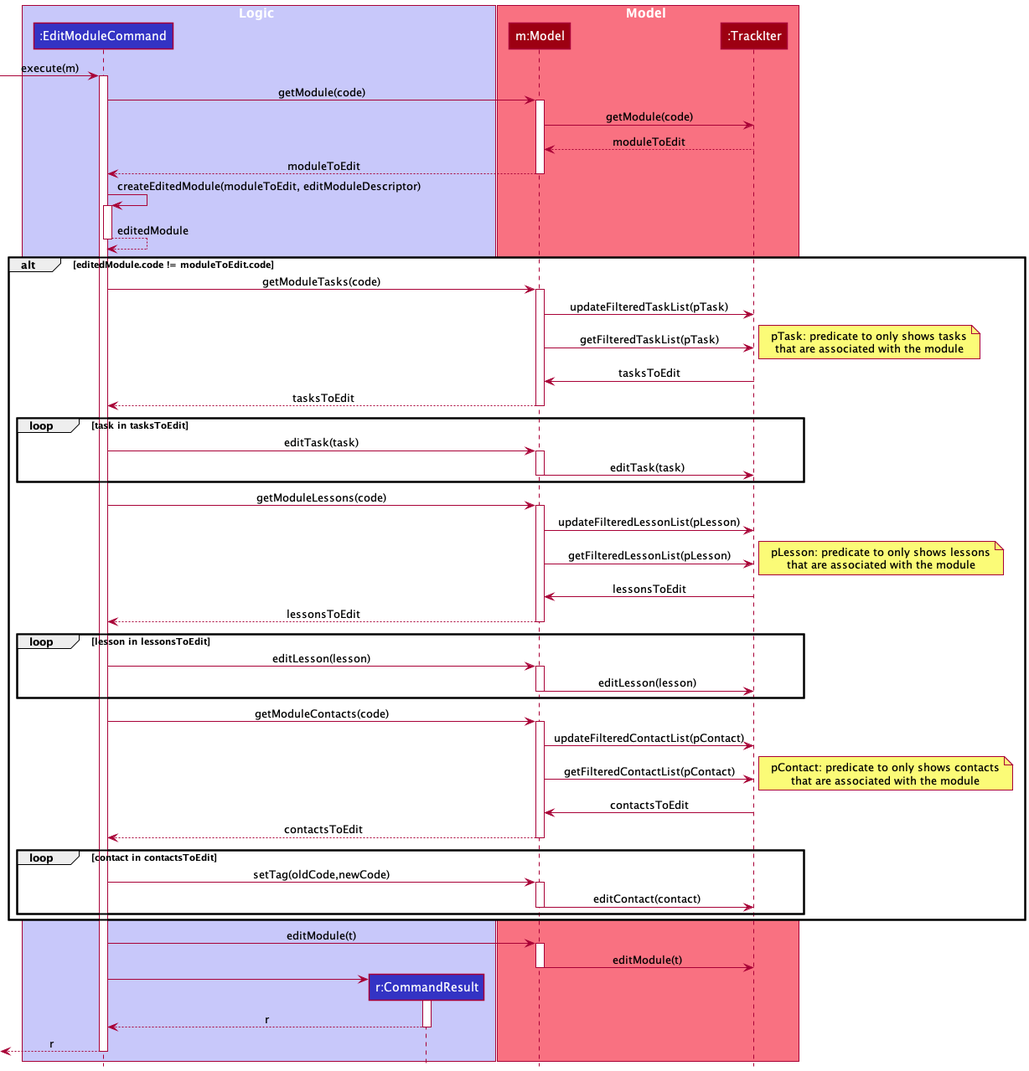
Earlier version of the PlantUML export docs/images/EditModuleSequenceDiagram.png (simonteozw/tp).
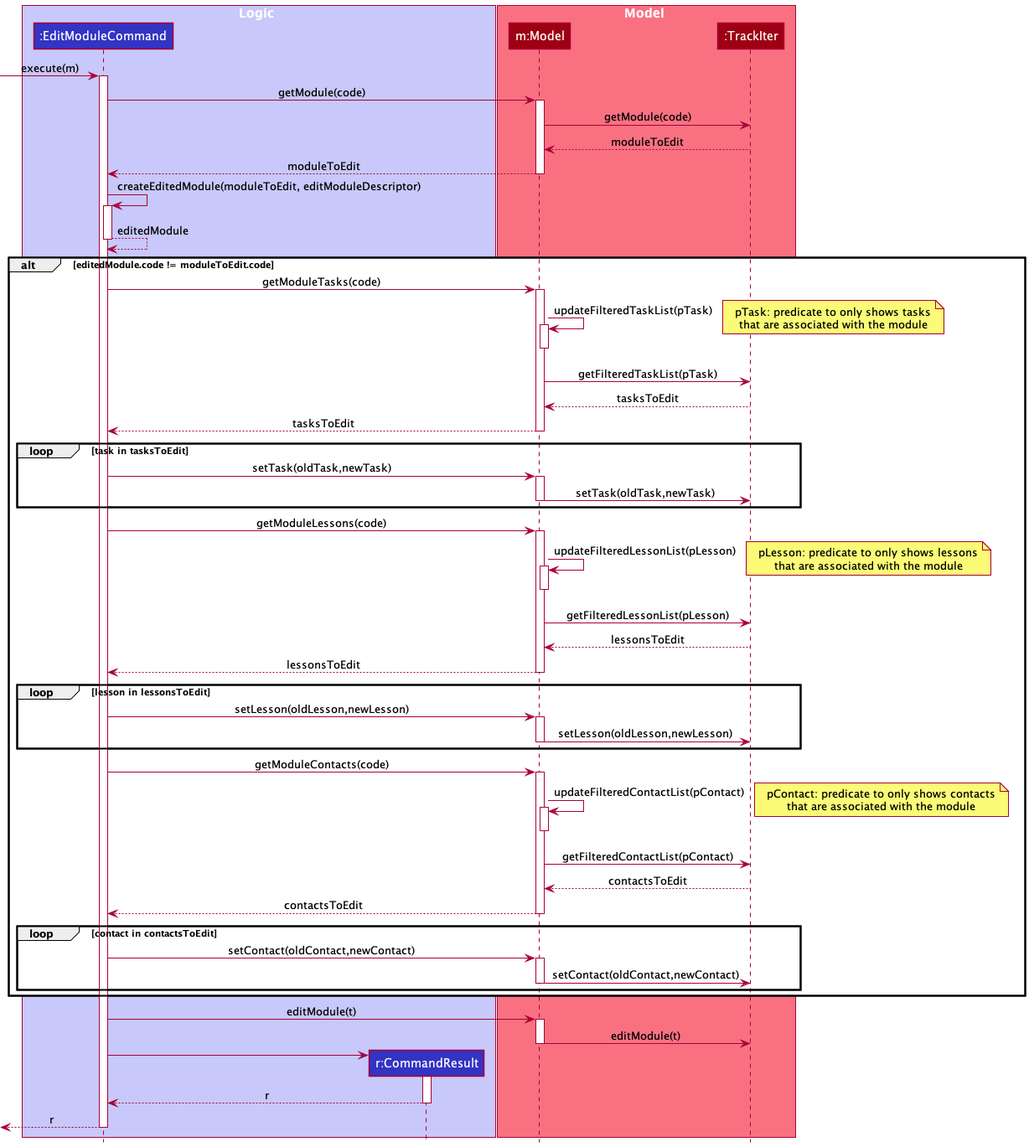
The same diagram one commit later.

Commit message:
Fix bugs in the Module part of the DG

The edit, as a diff of the source:
```diff
@@ -29,58 +29,64 @@
 alt editedModule.code != moduleToEdit.code
 EditModuleCommand -> Model : getModuleTasks(code)
 activate Model
-Model -> TrackIter : updateFilteredTaskList(pTask)
-Model -> TrackIter : getFilteredTaskList(pTask)
+Model -> Model : updateFilteredTaskList(pTask)
+activate Model
+deactivate Model
 note right
 pTask: predicate to only shows tasks
 that are associated with the module
 end note
-TrackIter -> Model : tasksToEdit
+Model -> TrackIter : getFilteredTaskList(pTask)
+TrackIter --> Model : tasksToEdit
 Model --> EditModuleCommand : tasksToEdit
 deactivate Model
 
 loop task in tasksToEdit
-    EditModuleCommand -> Model : editTask(task)
+    EditModuleCommand -> Model : setTask(oldTask,newTask)
     activate Model
-    Model -> TrackIter : editTask(task)
+    Model -> TrackIter : setTask(oldTask,newTask)
 deactivate Model
 end
 
 EditModuleCommand -> Model : getModuleLessons(code)
 activate Model
-Model -> TrackIter : updateFilteredLessonList(pLesson)
-Model -> TrackIter : getFilteredLessonList(pLesson)
+Model -> Model : updateFilteredLessonList(pLesson)
+activate Model
+deactivate Model
 note right
 pLesson: predicate to only shows lessons
 that are associated with the module
 end note
-TrackIter -> Model : lessonsToEdit
+Model -> TrackIter : getFilteredLessonList(pLesson)
+TrackIter --> Model : lessonsToEdit
 Model --> EditModuleCommand : lessonsToEdit
 deactivate Model
 
 loop lesson in lessonsToEdit
-    EditModuleCommand -> Model : editLesson(lesson)
+    EditModuleCommand -> Model : setLesson(oldLesson,newLesson)
     activate Model
-    Model -> TrackIter : editLesson(lesson)
+    Model -> TrackIter : setLesson(oldLesson,newLesson)
 deactivate Model
 end
 
 EditModuleCommand -> Model : getModuleContacts(code)
 activate Model
-Model -> TrackIter : updateFilteredContactList(pContact)
-Model -> TrackIter : getFilteredContactList(pContact)
+Model -> Model : updateFilteredContactList(pContact)
+activate Model
+deactivate Model
 note right
 pContact: predicate to only shows contacts
 that are associated with the module
 end note
-TrackIter -> Model : contactsToEdit
+Model -> TrackIter : getFilteredContactList(pContact)
+TrackIter --> Model : contactsToEdit
 Model --> EditModuleCommand : contactsToEdit
 deactivate Model
 
 loop contact in contactsToEdit
-    EditModuleCommand -> Model : setTag(oldCode,newCode)
+    EditModuleCommand -> Model : setContact(oldContact,newContact)
     activate Model
-    Model -> TrackIter : editContact(contact)
+    Model -> TrackIter : setContact(oldContact,newContact)
 deactivate Model
 end
 
```
